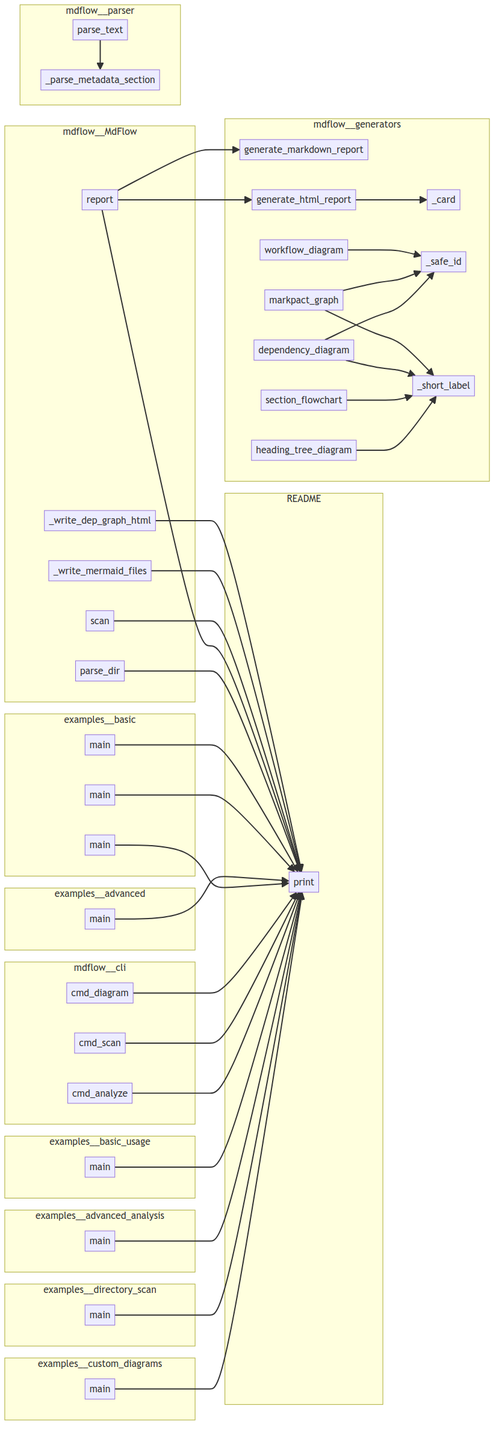
semcod/mdflow keeps this Mermaid diagram as project/calls.png. Above is the earlier version. Its source is kept beside it as project/calls.mmd.
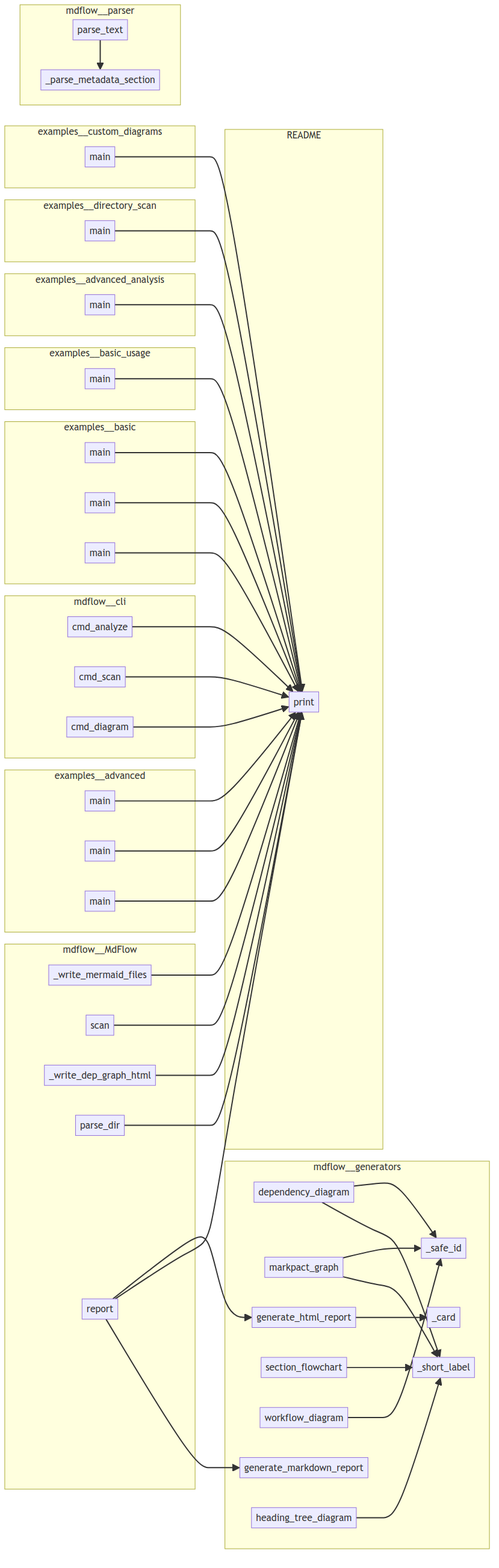
Later version of the same file.

What changed in the source:
```diff
@@ -4,14 +4,16 @@
     end
     subgraph examples__advanced
         examples__advanced__01_directory_scan__main["main"]
+        examples__advanced__02_toon_analysis__main["main"]
+        examples__advanced__03_custom_diagram_pipeline__main["main"]
     end
     subgraph examples__advanced_analysis
         examples__advanced_analysis__main["main"]
     end
     subgraph examples__basic
+        examples__basic__03_diagrams_as_strings__main["main"]
         examples__basic__02_generate_reports__main["main"]
         examples__basic__01_parse_single_file__main["main"]
-        examples__basic__03_diagrams_as_strings__main["main"]
     end
     subgraph examples__basic_usage
         examples__basic_usage__main["main"]
@@ -23,28 +25,28 @@
         examples__directory_scan__main["main"]
     end
     subgraph mdflow__MdFlow
+        mdflow__MdFlow___write_mermaid_files["_write_mermaid_files"]
         mdflow__MdFlow__scan["scan"]
         mdflow__MdFlow___write_dep_graph_html["_write_dep_graph_html"]
-        mdflow__MdFlow___write_mermaid_files["_write_mermaid_files"]
+        mdflow__MdFlow__parse_dir["parse_dir"]
         mdflow__MdFlow__report["report"]
-        mdflow__MdFlow__parse_dir["parse_dir"]
     end
     subgraph mdflow__cli
+        mdflow__cli__cmd_analyze["cmd_analyze"]
         mdflow__cli__cmd_scan["cmd_scan"]
-        mdflow__cli__cmd_analyze["cmd_analyze"]
         mdflow__cli__cmd_diagram["cmd_diagram"]
     end
     subgraph mdflow__generators
+        mdflow__generators__mermaid__dependency_diagram["dependency_diagram"]
+        mdflow__generators__html___card["_card"]
+        mdflow__generators__mermaid__markpact_graph["markpact_graph"]
         mdflow__generators__markdown__generate_markdown_report["generate_markdown_report"]
+        mdflow__generators__mermaid___safe_id["_safe_id"]
         mdflow__generators__mermaid__section_flowchart["section_flowchart"]
         mdflow__generators__mermaid__workflow_diagram["workflow_diagram"]
+        mdflow__generators__mermaid___short_label["_short_label"]
+        mdflow__generators__html__generate_html_report["generate_html_report"]
         mdflow__generators__mermaid__heading_tree_diagram["heading_tree_diagram"]
-        mdflow__generators__mermaid__markpact_graph["markpact_graph"]
-        mdflow__generators__html___card["_card"]
-        mdflow__generators__html__generate_html_report["generate_html_report"]
-        mdflow__generators__mermaid__dependency_diagram["dependency_diagram"]
-        mdflow__generators__mermaid___safe_id["_safe_id"]
-        mdflow__generators__mermaid___short_label["_short_label"]
     end
     subgraph mdflow__parser
         mdflow__parser__MdParser__parse_text["parse_text"]
@@ -54,6 +56,10 @@
     examples__directory_scan__main --> README__print
     examples__advanced_analysis__main --> README__print
     examples__basic_usage__main --> README__print
+    examples__advanced__01_directory_scan__main --> README__print
+    examples__basic__02_generate_reports__main --> README__print
+    examples__basic__01_parse_single_file__main --> README__print
+    examples__basic__03_diagrams_as_strings__main --> README__print
     mdflow__cli__cmd_analyze --> README__print
     mdflow__cli__cmd_scan --> README__print
     mdflow__cli__cmd_diagram --> README__print
@@ -66,10 +72,8 @@
     mdflow__generators__mermaid__markpact_graph --> mdflow__generators__mermaid___safe_id
     mdflow__generators__mermaid__markpact_graph --> mdflow__generators__mermaid___short_label
     mdflow__generators__mermaid__workflow_diagram --> mdflow__generators__mermaid___safe_id
-    examples__basic__02_generate_reports__main --> README__print
-    examples__advanced__01_directory_scan__main --> README__print
-    examples__basic__03_diagrams_as_strings__main --> README__print
-    examples__basic__01_parse_single_file__main --> README__print
+    examples__advanced__03_custom_diagram_pipeline__main --> README__print
+    examples__advanced__02_toon_analysis__main --> README__print
     mdflow__MdFlow__parse_dir --> README__print
     mdflow__MdFlow__report --> mdflow__generators__html__generate_html_report
     mdflow__MdFlow__report --> README__print
```
